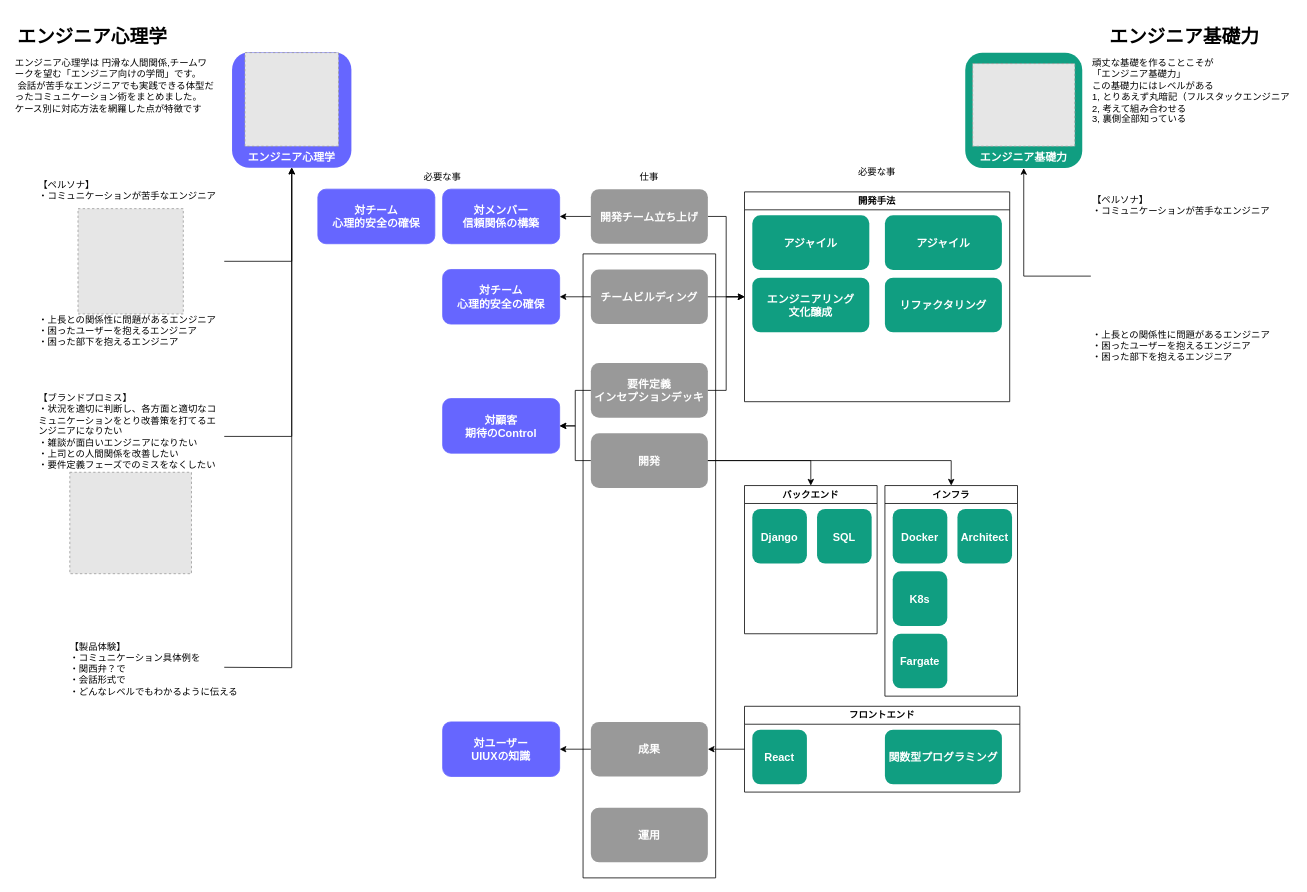
This is page "engineer_psychology" (2 of 34) of 人生設計.drawio from minegishirei/draw_v1, a draw.io file, before an edit. Source tidied: cells renumbered, new cells numbered last; positions are measured from the earlier drawing's top-left corner, leaving out a move shared by most shapes. Both pictures are drawn from the tidied source at 78%, with x=0, y=0 at pixel (13, 21). Pictures stored in the file or linked from it are replaced by grey dashed boxes.
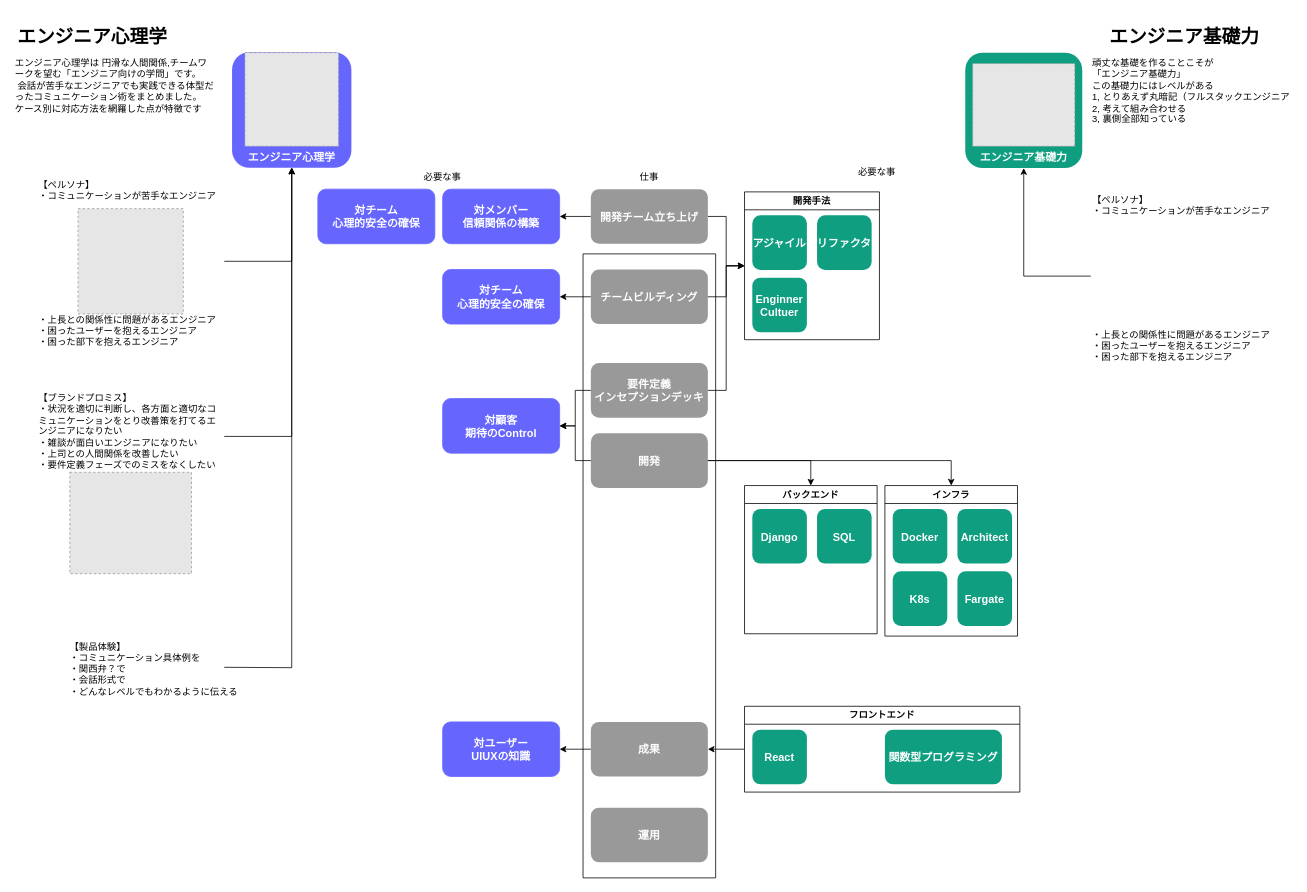
After the change.

Commit message (it also covers changes not shown here):
人生設計.drawio を更新します

The edit, as a diff of the source:
```diff
@@
     <mxCell id="34" value="インフラ" style="swimlane;whiteSpace=wrap;html=1;" parent="1" vertex="1">
-      <mxGeometry x="1117" y="595" width="170" height="270" as="geometry" />
+      <mxGeometry x="1117" y="595" width="170" height="193" as="geometry" />
     </mxCell>
@@
     <mxCell id="36" value="Fargate" style="rounded=1;fillColor=#109e81;strokeColor=none;shadow=0;gradientColor=none;fontStyle=1;fontColor=#FFFFFF;fontSize=14;" parent="34" vertex="1">
-      <mxGeometry x="10" y="190" width="70" height="70" as="geometry" />
+      <mxGeometry x="93" y="110" width="70" height="70" as="geometry" />
     </mxCell>
@@
     <mxCell id="48" value="開発手法" style="swimlane;whiteSpace=wrap;html=1;" parent="1" vertex="1">
-      <mxGeometry x="937" y="218.5" width="340" height="269" as="geometry" />
+      <mxGeometry x="937" y="218.5" width="173" height="189.5" as="geometry" />
     </mxCell>
     <mxCell id="49" value="アジャイル" style="rounded=1;fillColor=#109e81;strokeColor=none;shadow=0;gradientColor=none;fontStyle=1;fontColor=#FFFFFF;fontSize=14;" parent="48" vertex="1">
-      <mxGeometry x="10" y="30" width="150" height="70" as="geometry" />
+      <mxGeometry x="10" y="30" width="70" height="70" as="geometry" />
     </mxCell>
-    <mxCell id="50" value="リファクタリング" style="rounded=1;fillColor=#109e81;strokeColor=none;shadow=0;gradientColor=none;fontStyle=1;fontColor=#FFFFFF;fontSize=14;" parent="48" vertex="1">
-      <mxGeometry x="180" y="110" width="150" height="70" as="geometry" />
+    <mxCell id="50" value="リファクタ" style="rounded=1;fillColor=#109e81;strokeColor=none;shadow=0;gradientColor=none;fontStyle=1;fontColor=#FFFFFF;fontSize=14;" parent="48" vertex="1">
+      <mxGeometry x="93" y="30" width="70" height="70" as="geometry" />
     </mxCell>
-    <mxCell id="51" value="エンジニアリング&#10;文化醸成" style="rounded=1;fillColor=#109e81;strokeColor=none;shadow=0;gradientColor=none;fontStyle=1;fontColor=#FFFFFF;fontSize=14;" parent="48" vertex="1">
-      <mxGeometry x="10" y="110" width="150" height="70" as="geometry" />
+    <mxCell id="51" value="Enginner&#10;Cultuer" style="rounded=1;fillColor=#109e81;strokeColor=none;shadow=0;gradientColor=none;fontStyle=1;fontColor=#FFFFFF;fontSize=14;" parent="48" vertex="1">
+      <mxGeometry x="10" y="110" width="70" height="70" as="geometry" />
     </mxCell>
-    <mxCell id="52" value="アジャイル" style="rounded=1;fillColor=#109e81;strokeColor=none;shadow=0;gradientColor=none;fontStyle=1;fontColor=#FFFFFF;fontSize=14;" parent="48" vertex="1">
-      <mxGeometry x="180" y="30" width="150" height="70" as="geometry" />
-    </mxCell>
```
